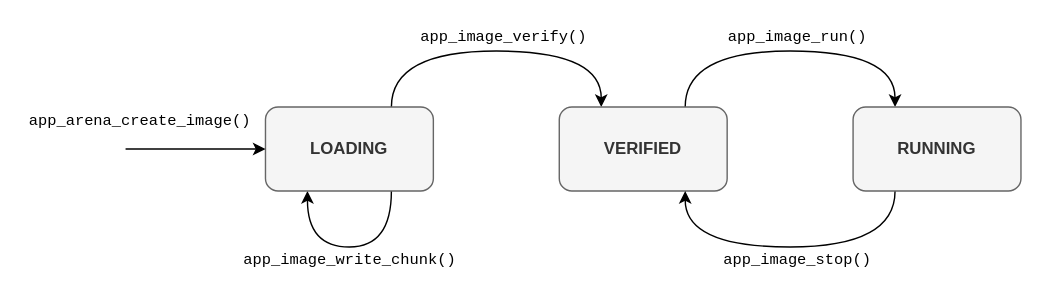
trezor/trezor-firmware keeps this draw.io diagram as docs/core/embed-arch/app-lifecycle.drawio.svg. Above is the earlier version. Source tidied: cells renumbered, new cells last; positions are measured from the earlier drawing's top-left corner, leaving out a move shared by most shapes. The source it was exported from:
```xml
<mxGraphModel>
  <root>
    <mxCell id="0" />
    <mxCell id="1" parent="0" />
    <mxCell id="2" value="app_image_verify()" style="edgeStyle=orthogonalEdgeStyle;html=1;exitX=0.75;exitY=0;exitDx=0;exitDy=0;entryX=0.25;entryY=0;entryDx=0;entryDy=0;curved=1;fontFamily=Courier New;" parent="1" edge="1" source="4" target="6">
      <mxGeometry x="0.04" y="10" relative="1" as="geometry">
        <Array as="points">
          <mxPoint x="190" />
          <mxPoint x="340" />
        </Array>
      </mxGeometry>
    </mxCell>
    <mxCell id="3" value="app_image_write_chunk()" style="edgeStyle=orthogonalEdgeStyle;html=1;exitX=0.75;exitY=1;exitDx=0;exitDy=0;curved=1;entryX=0.25;entryY=1;entryDx=0;entryDy=0;fontFamily=Courier New;" parent="1" edge="1" source="4" target="4">
      <mxGeometry y="10" relative="1" as="geometry">
        <Array as="points">
          <mxPoint x="190" y="140" />
          <mxPoint x="130" y="140" />
        </Array>
      </mxGeometry>
    </mxCell>
    <mxCell id="4" value="LOADING" style="rounded=1;whiteSpace=wrap;html=1;fillColor=#f5f5f5;fontColor=#333333;strokeColor=#666666;fontStyle=1;" parent="1" vertex="1">
      <mxGeometry x="100" y="40" width="120" height="60" as="geometry" />
    </mxCell>
    <mxCell id="5" value="app_image_run()" style="edgeStyle=orthogonalEdgeStyle;html=1;exitX=0.75;exitY=0;exitDx=0;exitDy=0;entryX=0.25;entryY=0;entryDx=0;entryDy=0;curved=1;fontFamily=Courier New;" parent="1" edge="1" source="6" target="8">
      <mxGeometry x="0.04" y="10" relative="1" as="geometry">
        <Array as="points">
          <mxPoint x="400" />
          <mxPoint x="550" />
        </Array>
      </mxGeometry>
    </mxCell>
    <mxCell id="6" value="VERIFIED" style="rounded=1;whiteSpace=wrap;html=1;fillColor=#f5f5f5;fontColor=#333333;strokeColor=#666666;fontStyle=1;" parent="1" vertex="1">
      <mxGeometry x="310" y="40" width="120" height="60" as="geometry" />
    </mxCell>
    <mxCell id="7" value="app_image_stop()" style="edgeStyle=orthogonalEdgeStyle;html=1;exitX=0.25;exitY=1;exitDx=0;exitDy=0;entryX=0.75;entryY=1;entryDx=0;entryDy=0;curved=1;fontFamily=Courier New;" parent="1" edge="1" source="8" target="6">
      <mxGeometry x="-0.04" y="10" relative="1" as="geometry">
        <Array as="points">
          <mxPoint x="550" y="140" />
          <mxPoint x="400" y="140" />
        </Array>
      </mxGeometry>
    </mxCell>
    <mxCell id="8" value="RUNNING" style="rounded=1;whiteSpace=wrap;html=1;fillColor=#f5f5f5;fontColor=#333333;strokeColor=#666666;fontStyle=1;" parent="1" vertex="1">
      <mxGeometry x="520" y="40" width="120" height="60" as="geometry" />
    </mxCell>
    <mxCell id="9" value="app_arena_create_image()" style="endArrow=classic;html=1;entryX=0;entryY=0.5;entryDx=0;entryDy=0;fontFamily=Courier New;" parent="1" edge="1" target="4">
      <mxGeometry x="-0.8" y="20" relative="1" as="geometry">
        <mxPoint y="70" as="sourcePoint" />
      </mxGeometry>
    </mxCell>
  </root>
</mxGraphModel>
```
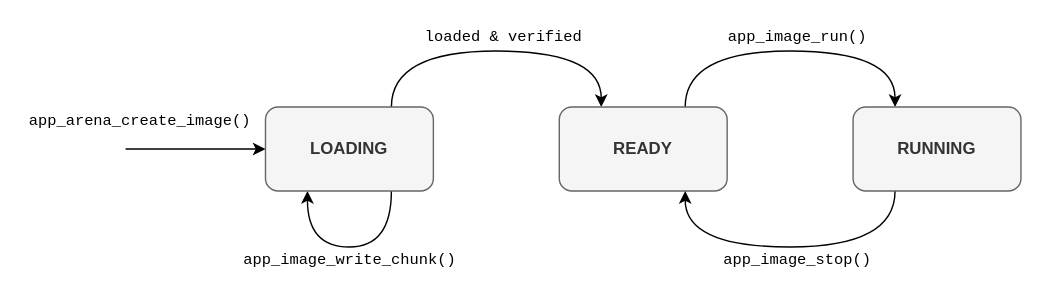
The same file after the commit.

The edit, as a diff of the source:
```diff
@@ -2,7 +2,7 @@
   <root>
     <mxCell id="0" />
     <mxCell id="1" parent="0" />
-    <mxCell id="2" value="app_image_verify()" style="edgeStyle=orthogonalEdgeStyle;html=1;exitX=0.75;exitY=0;exitDx=0;exitDy=0;entryX=0.25;entryY=0;entryDx=0;entryDy=0;curved=1;fontFamily=Courier New;" parent="1" edge="1" source="4" target="6">
+    <mxCell id="2" value="loaded &amp;amp; verified" style="edgeStyle=orthogonalEdgeStyle;html=1;exitX=0.75;exitY=0;exitDx=0;exitDy=0;entryX=0.25;entryY=0;entryDx=0;entryDy=0;curved=1;fontFamily=Courier New;" parent="1" edge="1" source="4" target="6">
       <mxGeometry x="0.04" y="10" relative="1" as="geometry">
         <Array as="points">
           <mxPoint x="190" />
@@ -29,7 +29,7 @@
         </Array>
       </mxGeometry>
     </mxCell>
-    <mxCell id="6" value="VERIFIED" style="rounded=1;whiteSpace=wrap;html=1;fillColor=#f5f5f5;fontColor=#333333;strokeColor=#666666;fontStyle=1;" parent="1" vertex="1">
+    <mxCell id="6" value="READY" style="rounded=1;whiteSpace=wrap;html=1;fillColor=#f5f5f5;fontColor=#333333;strokeColor=#666666;fontStyle=1;" parent="1" vertex="1">
       <mxGeometry x="310" y="40" width="120" height="60" as="geometry" />
     </mxCell>
     <mxCell id="7" value="app_image_stop()" style="edgeStyle=orthogonalEdgeStyle;html=1;exitX=0.25;exitY=1;exitDx=0;exitDy=0;entryX=0.75;entryY=1;entryDx=0;entryDy=0;curved=1;fontFamily=Courier New;" parent="1" edge="1" source="8" target="6">
```
